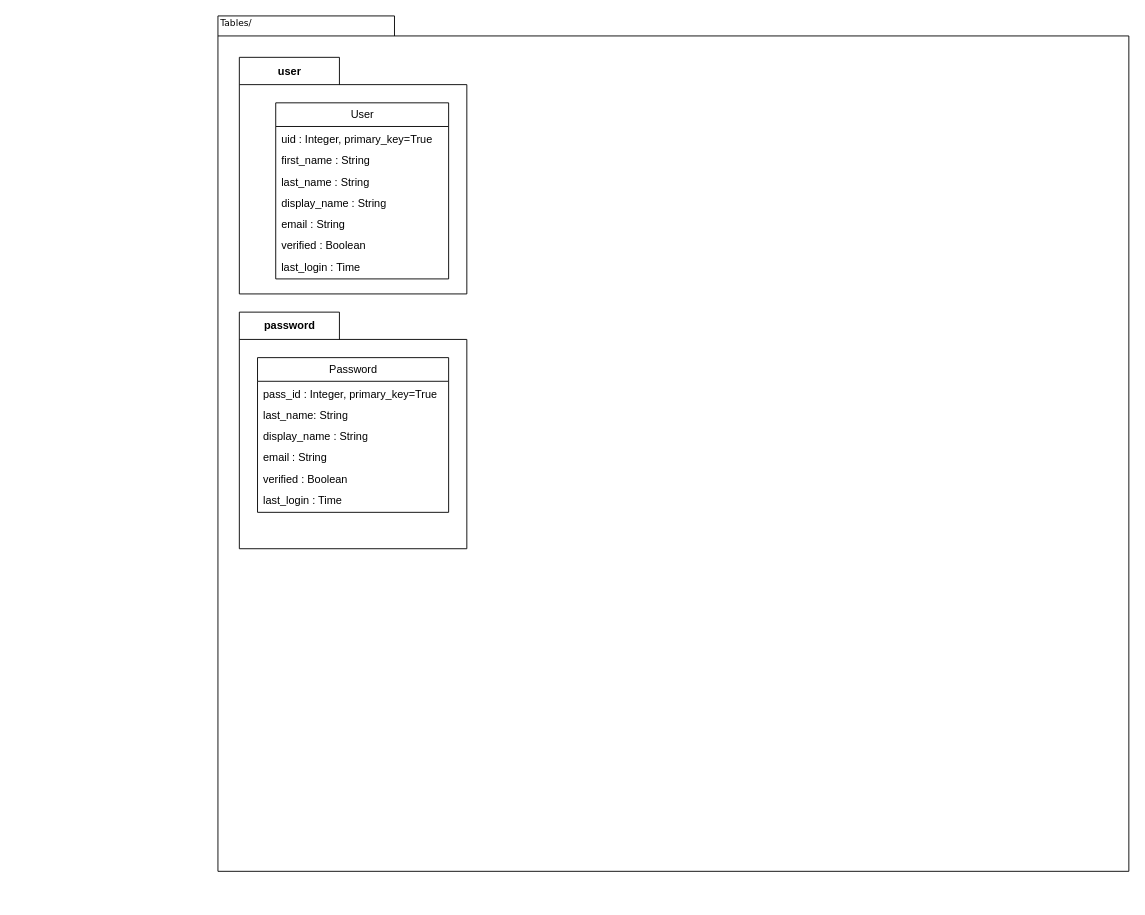
The draw.io diagram .diagrams/.be/tables-folder.drawio in Bilgecrank/hindsite, before the edit. Source tidied: cells renumbered, new cells numbered last; positions are measured from the earlier drawing's top-left corner, leaving out a move shared by most shapes. Both pictures are drawn from the tidied source at 91%, with x=0, y=0 at pixel (217, 15).
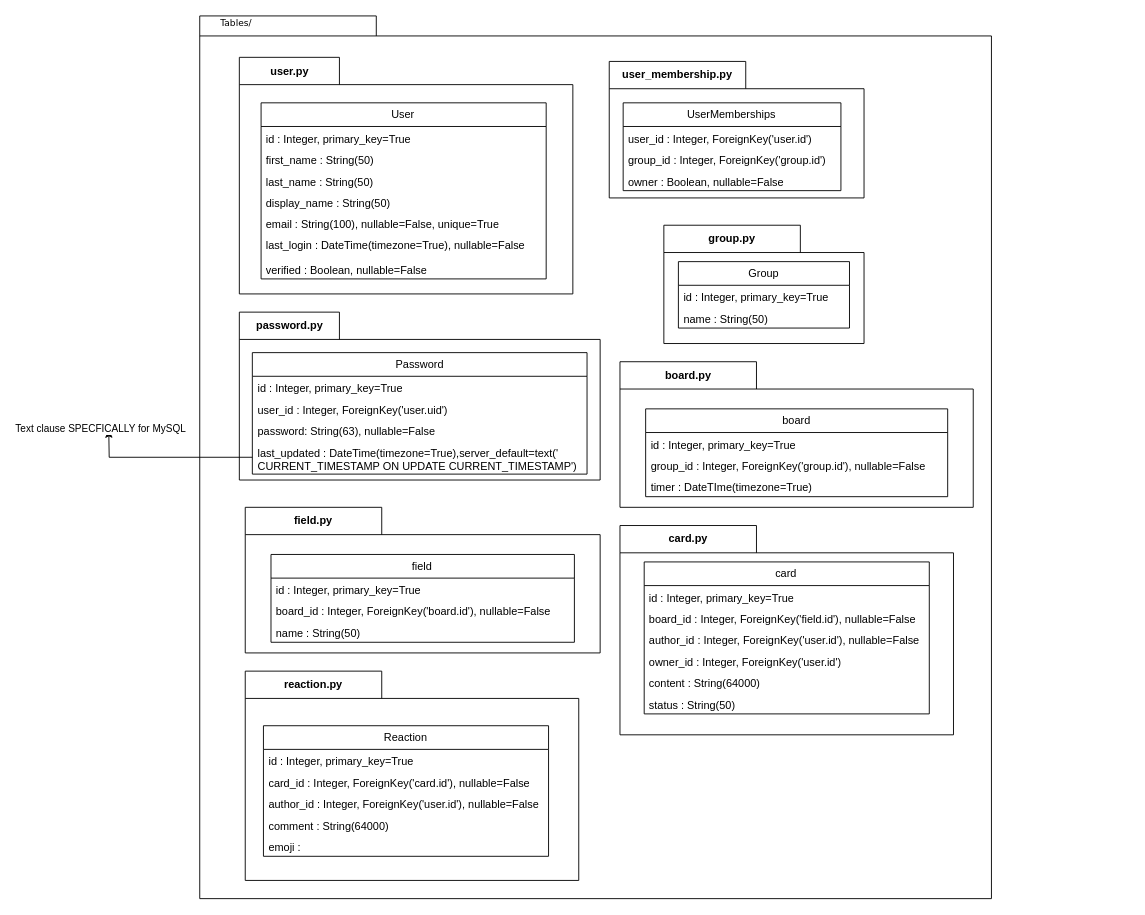
The same page after the edit.

What changed in the source:
```diff
@@
     <mxCell id="2" style="shape=folder;fontStyle=1;spacingTop=10;tabWidth=194;tabHeight=22;tabPosition=left;html=1;rounded=0;shadow=0;comic=0;labelBackgroundColor=none;strokeWidth=1;fillColor=none;fontFamily=Verdana;fontSize=10;align=center;" parent="1" vertex="1">
-      <mxGeometry width="1001" height="940" as="geometry" />
+      <mxGeometry x="-20" width="870" height="970" as="geometry" />
     </mxCell>
@@
-    <mxCell id="4" value="user" style="shape=folder;fontStyle=1;tabWidth=110;tabHeight=30;tabPosition=left;html=1;boundedLbl=1;labelInHeader=1;whiteSpace=wrap;" parent="1" vertex="1">
-      <mxGeometry x="23.5" y="45.5" width="250" height="260" as="geometry" />
+    <mxCell id="4" value="user.py" style="shape=folder;fontStyle=1;tabWidth=110;tabHeight=30;tabPosition=left;html=1;boundedLbl=1;labelInHeader=1;whiteSpace=wrap;" parent="1" vertex="1">
+      <mxGeometry x="23.5" y="45.5" width="366.5" height="260" as="geometry" />
     </mxCell>
     <mxCell id="5" style="html=1;strokeColor=none;fillColor=none;whiteSpace=wrap;" parent="4" vertex="1">
-      <mxGeometry width="250" height="143" relative="1" as="geometry">
+      <mxGeometry width="366.5" height="143" relative="1" as="geometry">
         <mxPoint y="30" as="offset" />
       </mxGeometry>
     </mxCell>
     <mxCell id="6" value="User" style="swimlane;fontStyle=0;horizontal=1;startSize=26;fillColor=none;whiteSpace=wrap;html=1;" parent="4" vertex="1">
-      <mxGeometry x="40" y="50" width="190" height="193.5" as="geometry" />
+      <mxGeometry x="23.9" y="50" width="313.3" height="193.5" as="geometry" />
     </mxCell>
-    <mxCell id="7" value="uid : Integer, primary_key=True" style="text;strokeColor=none;fillColor=none;align=left;verticalAlign=top;spacingLeft=4;spacingRight=4;overflow=hidden;whiteSpace=wrap;html=1;" parent="6" vertex="1">
-      <mxGeometry y="26" width="190" height="23.5" as="geometry" />
+    <mxCell id="7" value="id : Integer, primary_key=True" style="text;strokeColor=none;fillColor=none;align=left;verticalAlign=top;spacingLeft=4;spacingRight=4;overflow=hidden;whiteSpace=wrap;html=1;" parent="6" vertex="1">
+      <mxGeometry y="26" width="313.3" height="23.5" as="geometry" />
     </mxCell>
-    <mxCell id="8" value="first_name : String" style="text;strokeColor=none;fillColor=none;align=left;verticalAlign=top;spacingLeft=4;spacingRight=4;overflow=hidden;whiteSpace=wrap;html=1;" parent="6" vertex="1">
-      <mxGeometry y="49.5" width="190" height="23.5" as="geometry" />
+    <mxCell id="8" value="first_name : String(50)" style="text;strokeColor=none;fillColor=none;align=left;verticalAlign=top;spacingLeft=4;spacingRight=4;overflow=hidden;whiteSpace=wrap;html=1;" parent="6" vertex="1">
+      <mxGeometry y="49.5" width="313.3" height="23.5" as="geometry" />
     </mxCell>
-    <mxCell id="9" value="last_name : String" style="text;strokeColor=none;fillColor=none;align=left;verticalAlign=top;spacingLeft=4;spacingRight=4;overflow=hidden;whiteSpace=wrap;html=1;" parent="6" vertex="1">
-      <mxGeometry y="73" width="190" height="23.5" as="geometry" />
+    <mxCell id="9" value="last_name : String(50)" style="text;strokeColor=none;fillColor=none;align=left;verticalAlign=top;spacingLeft=4;spacingRight=4;overflow=hidden;whiteSpace=wrap;html=1;" parent="6" vertex="1">
+      <mxGeometry y="73" width="313.3" height="23.5" as="geometry" />
     </mxCell>
-    <mxCell id="10" value="display_name : String" style="text;strokeColor=none;fillColor=none;align=left;verticalAlign=top;spacingLeft=4;spacingRight=4;overflow=hidden;whiteSpace=wrap;html=1;" parent="6" vertex="1">
-      <mxGeometry y="96.5" width="190" height="23.5" as="geometry" />
+    <mxCell id="10" value="display_name : String(50)" style="text;strokeColor=none;fillColor=none;align=left;verticalAlign=top;spacingLeft=4;spacingRight=4;overflow=hidden;whiteSpace=wrap;html=1;" parent="6" vertex="1">
+      <mxGeometry y="96.5" width="313.3" height="23.5" as="geometry" />
     </mxCell>
-    <mxCell id="11" value="email : String" style="text;strokeColor=none;fillColor=none;align=left;verticalAlign=top;spacingLeft=4;spacingRight=4;overflow=hidden;whiteSpace=wrap;html=1;" parent="6" vertex="1">
-      <mxGeometry y="120" width="190" height="23.5" as="geometry" />
-    </mxCell>
-    <mxCell id="12" value="verified : Boolean" style="text;strokeColor=none;fillColor=none;align=left;verticalAlign=top;spacingLeft=4;spacingRight=4;overflow=hidden;whiteSpace=wrap;html=1;" parent="6" vertex="1">
-      <mxGeometry y="143.5" width="190" height="23.5" as="geometry" />
-    </mxCell>
-    <mxCell id="13" value="last_login : Time" style="text;strokeColor=none;fillColor=none;align=left;verticalAlign=top;spacingLeft=4;spacingRight=4;overflow=hidden;whiteSpace=wrap;html=1;" parent="6" vertex="1">
-      <mxGeometry y="167" width="190" height="26.5" as="geometry" />
-    </mxCell>
-    <mxCell id="14" style="edgeStyle=orthogonalEdgeStyle;rounded=0;orthogonalLoop=1;jettySize=auto;html=1;exitX=0.5;exitY=1;exitDx=0;exitDy=0;exitPerimeter=0;" parent="1" edge="1" source="4" target="4">
-      <mxGeometry relative="1" as="geometry" />
-    </mxCell>
+    <mxCell id="24" value="email : String(100), nullable=False, unique=True" style="text;strokeColor=none;fillColor=none;align=left;verticalAlign=top;spacingLeft=4;spacingRight=4;overflow=hidden;whiteSpace=wrap;html=1;" parent="6" vertex="1">
+      <mxGeometry y="120" width="313.3" height="23.5" as="geometry" />
+    </mxCell>
+    <mxCell id="25" value="last_login : DateTime(timezone=True), nullable=False" style="text;strokeColor=none;fillColor=none;align=left;verticalAlign=top;spacingLeft=4;spacingRight=4;overflow=hidden;whiteSpace=wrap;html=1;" parent="6" vertex="1">
+      <mxGeometry y="143.5" width="313.3" height="26.5" as="geometry" />
+    </mxCell>
+    <mxCell id="26" value="verified : Boolean, nullable=False" style="text;strokeColor=none;fillColor=none;align=left;verticalAlign=top;spacingLeft=4;spacingRight=4;overflow=hidden;whiteSpace=wrap;html=1;" parent="6" vertex="1">
+      <mxGeometry y="170" width="313.3" height="23.5" as="geometry" />
+    </mxCell>
-    <mxCell id="15" value="password" style="shape=folder;fontStyle=1;tabWidth=110;tabHeight=30;tabPosition=left;html=1;boundedLbl=1;labelInHeader=1;whiteSpace=wrap;" parent="1" vertex="1">
-      <mxGeometry x="23.5" y="325.5" width="250" height="260" as="geometry" />
+    <mxCell id="15" value="password.py" style="shape=folder;fontStyle=1;tabWidth=110;tabHeight=30;tabPosition=left;html=1;boundedLbl=1;labelInHeader=1;whiteSpace=wrap;" parent="1" vertex="1">
+      <mxGeometry x="23.5" y="325.5" width="396.5" height="184.5" as="geometry" />
     </mxCell>
     <mxCell id="16" style="html=1;strokeColor=none;fillColor=none;whiteSpace=wrap;" parent="15" vertex="1">
-      <mxGeometry width="250" height="143" relative="1" as="geometry">
+      <mxGeometry width="396.5" height="98.6" relative="1" as="geometry">
         <mxPoint y="30" as="offset" />
       </mxGeometry>
     </mxCell>
     <mxCell id="17" value="Password" style="swimlane;fontStyle=0;horizontal=1;startSize=26;fillColor=none;whiteSpace=wrap;html=1;" parent="15" vertex="1">
-      <mxGeometry x="20" y="50" width="210" height="170" as="geometry" />
+      <mxGeometry x="14.3" y="44.5" width="367.8" height="133.5" as="geometry" />
     </mxCell>
-    <mxCell id="18" value="pass_id : Integer, primary_key=True" style="text;strokeColor=none;fillColor=none;align=left;verticalAlign=top;spacingLeft=4;spacingRight=4;overflow=hidden;whiteSpace=wrap;html=1;" parent="17" vertex="1">
-      <mxGeometry y="26" width="210" height="23.5" as="geometry" />
+    <mxCell id="18" value="id : Integer, primary_key=True" style="text;strokeColor=none;fillColor=none;align=left;verticalAlign=top;spacingLeft=4;spacingRight=4;overflow=hidden;whiteSpace=wrap;html=1;" parent="17" vertex="1">
+      <mxGeometry y="26" width="367.8" height="23.5" as="geometry" />
     </mxCell>
+    <mxCell id="27" value="user_id : Integer,&amp;nbsp;ForeignKey('user.uid')" style="text;strokeColor=none;fillColor=none;align=left;verticalAlign=top;spacingLeft=4;spacingRight=4;overflow=hidden;whiteSpace=wrap;html=1;" parent="17" vertex="1">
+      <mxGeometry y="49.5" width="367.8" height="23.5" as="geometry" />
+    </mxCell>
-    <mxCell id="19" value="last_name: String" style="text;strokeColor=none;fillColor=none;align=left;verticalAlign=top;spacingLeft=4;spacingRight=4;overflow=hidden;whiteSpace=wrap;html=1;" parent="17" vertex="1">
-      <mxGeometry y="49.5" width="210" height="23.5" as="geometry" />
+    <mxCell id="19" value="password: String(63), nullable=False" style="text;strokeColor=none;fillColor=none;align=left;verticalAlign=top;spacingLeft=4;spacingRight=4;overflow=hidden;whiteSpace=wrap;html=1;" parent="17" vertex="1">
+      <mxGeometry y="73" width="367.8" height="23.5" as="geometry" />
     </mxCell>
+    <mxCell id="28" style="edgeStyle=orthogonalEdgeStyle;rounded=0;jettySize=auto;html=1;exitX=0;exitY=0.5;exitDx=0;exitDy=0;" parent="17" edge="1" source="20">
+      <mxGeometry relative="1" as="geometry">
+        <mxPoint x="-157.8" y="85" as="targetPoint" />
+      </mxGeometry>
+    </mxCell>
+    <mxCell id="29" value="Text clause SPECFICALLY for MySQL" style="edgeLabel;html=1;align=center;verticalAlign=middle;" parent="28" vertex="1">
+      <mxGeometry x="1" y="6" relative="1" as="geometry">
+        <mxPoint x="-4" y="-2" as="offset" />
+      </mxGeometry>
+    </mxCell>
-    <mxCell id="20" value="display_name : String" style="text;strokeColor=none;fillColor=none;align=left;verticalAlign=top;spacingLeft=4;spacingRight=4;overflow=hidden;points=[[0,0.5],[1,0.5]];portConstraint=eastwest;whiteSpace=wrap;html=1;" parent="17" vertex="1">
-      <mxGeometry y="73" width="210" height="23.5" as="geometry" />
+    <mxCell id="20" value="last_updated : DateTime(timezone=True),server_default=text('&lt;br&gt;CURRENT_TIMESTAMP ON UPDATE CURRENT_TIMESTAMP')" style="text;strokeColor=none;fillColor=none;align=left;verticalAlign=top;spacingLeft=4;spacingRight=4;overflow=hidden;points=[[0,0.5],[1,0.5]];portConstraint=eastwest;whiteSpace=wrap;html=1;" parent="17" vertex="1">
+      <mxGeometry y="96.5" width="367.8" height="37" as="geometry" />
     </mxCell>
-    <mxCell id="21" value="email : String" style="text;strokeColor=none;fillColor=none;align=left;verticalAlign=top;spacingLeft=4;spacingRight=4;overflow=hidden;whiteSpace=wrap;html=1;" parent="17" vertex="1">
-      <mxGeometry y="96.5" width="210" height="23.5" as="geometry" />
-    </mxCell>
-    <mxCell id="22" value="verified : Boolean" style="text;strokeColor=none;fillColor=none;align=left;verticalAlign=top;spacingLeft=4;spacingRight=4;overflow=hidden;whiteSpace=wrap;html=1;" parent="17" vertex="1">
-      <mxGeometry y="120" width="210" height="23.5" as="geometry" />
-    </mxCell>
-    <mxCell id="23" value="last_login : Time" style="text;strokeColor=none;fillColor=none;align=left;verticalAlign=top;spacingLeft=4;spacingRight=4;overflow=hidden;whiteSpace=wrap;html=1;" parent="17" vertex="1">
-      <mxGeometry y="143.5" width="210" height="26.5" as="geometry" />
-    </mxCell>
+    <mxCell id="30" value="user_membership.py" style="shape=folder;fontStyle=1;tabWidth=150;tabHeight=30;tabPosition=left;html=1;boundedLbl=1;labelInHeader=1;whiteSpace=wrap;" parent="1" vertex="1">
+      <mxGeometry x="430" y="50" width="280" height="150" as="geometry" />
+    </mxCell>
+    <mxCell id="31" style="html=1;strokeColor=none;fillColor=none;whiteSpace=wrap;" parent="30" vertex="1">
+      <mxGeometry width="280" height="82.5" relative="1" as="geometry">
+        <mxPoint y="30" as="offset" />
+      </mxGeometry>
+    </mxCell>
+    <mxCell id="32" value="UserMemberships" style="swimlane;fontStyle=0;horizontal=1;startSize=26;fillColor=none;whiteSpace=wrap;html=1;" parent="30" vertex="1">
+      <mxGeometry x="15.3" y="45.5" width="239.3" height="96.5" as="geometry" />
+    </mxCell>
+    <mxCell id="33" value="user_id : Integer, ForeignKey('user.id')" style="text;strokeColor=none;fillColor=none;align=left;verticalAlign=top;spacingLeft=4;spacingRight=4;overflow=hidden;whiteSpace=wrap;html=1;" parent="32" vertex="1">
+      <mxGeometry y="26" width="239.3" height="23.5" as="geometry" />
+    </mxCell>
+    <mxCell id="34" value="group_id : Integer, ForeignKey('group.id')" style="text;strokeColor=none;fillColor=none;align=left;verticalAlign=top;spacingLeft=4;spacingRight=4;overflow=hidden;whiteSpace=wrap;html=1;" parent="32" vertex="1">
+      <mxGeometry y="49.5" width="239.3" height="23.5" as="geometry" />
+    </mxCell>
+    <mxCell id="35" value="owner : Boolean, nullable=False" style="text;strokeColor=none;fillColor=none;align=left;verticalAlign=top;spacingLeft=4;spacingRight=4;overflow=hidden;whiteSpace=wrap;html=1;" parent="32" vertex="1">
+      <mxGeometry y="73" width="239.3" height="23.5" as="geometry" />
+    </mxCell>
+    <mxCell id="36" value="group.py" style="shape=folder;fontStyle=1;tabWidth=150;tabHeight=30;tabPosition=left;html=1;boundedLbl=1;labelInHeader=1;whiteSpace=wrap;" parent="1" vertex="1">
+      <mxGeometry x="490" y="230" width="220" height="130" as="geometry" />
+    </mxCell>
+    <mxCell id="37" style="html=1;strokeColor=none;fillColor=none;whiteSpace=wrap;" parent="36" vertex="1">
+      <mxGeometry width="220" height="71.5" relative="1" as="geometry">
+        <mxPoint y="30" as="offset" />
+      </mxGeometry>
+    </mxCell>
+    <mxCell id="38" value="Group" style="swimlane;fontStyle=0;horizontal=1;startSize=26;fillColor=none;whiteSpace=wrap;html=1;" parent="36" vertex="1">
+      <mxGeometry x="16" y="40" width="188" height="73" as="geometry" />
+    </mxCell>
+    <mxCell id="39" value="id : Integer, primary_key=True" style="text;strokeColor=none;fillColor=none;align=left;verticalAlign=top;spacingLeft=4;spacingRight=4;overflow=hidden;whiteSpace=wrap;html=1;" parent="38" vertex="1">
+      <mxGeometry y="26" width="188" height="23.5" as="geometry" />
+    </mxCell>
+    <mxCell id="40" value="name : String(50)" style="text;strokeColor=none;fillColor=none;align=left;verticalAlign=top;spacingLeft=4;spacingRight=4;overflow=hidden;whiteSpace=wrap;html=1;" parent="38" vertex="1">
+      <mxGeometry y="49.5" width="188" height="23.5" as="geometry" />
+    </mxCell>
+    <mxCell id="41" value="board.py" style="shape=folder;fontStyle=1;tabWidth=150;tabHeight=30;tabPosition=left;html=1;boundedLbl=1;labelInHeader=1;whiteSpace=wrap;" parent="1" vertex="1">
+      <mxGeometry x="441.8" y="380" width="388.2" height="160" as="geometry" />
+    </mxCell>
+    <mxCell id="42" style="html=1;strokeColor=none;fillColor=none;whiteSpace=wrap;" parent="41" vertex="1">
+      <mxGeometry width="388.25" height="88" relative="1" as="geometry">
+        <mxPoint y="30" as="offset" />
+      </mxGeometry>
+    </mxCell>
+    <mxCell id="43" value="board" style="swimlane;fontStyle=0;horizontal=1;startSize=26;fillColor=none;whiteSpace=wrap;html=1;" parent="41" vertex="1">
+      <mxGeometry x="28.2" y="51.8" width="331.9" height="96.5" as="geometry" />
+    </mxCell>
+    <mxCell id="44" value="id : Integer, primary_key=True" style="text;strokeColor=none;fillColor=none;align=left;verticalAlign=top;spacingLeft=4;spacingRight=4;overflow=hidden;whiteSpace=wrap;html=1;" parent="43" vertex="1">
+      <mxGeometry y="26" width="331.9" height="23.5" as="geometry" />
+    </mxCell>
+    <mxCell id="45" value="group_id : Integer, ForeignKey('group.id'), nullable=False" style="text;strokeColor=none;fillColor=none;align=left;verticalAlign=top;spacingLeft=4;spacingRight=4;overflow=hidden;whiteSpace=wrap;html=1;" parent="43" vertex="1">
+      <mxGeometry y="49.5" width="331.9" height="23.5" as="geometry" />
+    </mxCell>
+    <mxCell id="46" value="timer : DateTIme(timezone=True)" style="text;strokeColor=none;fillColor=none;align=left;verticalAlign=top;spacingLeft=4;spacingRight=4;overflow=hidden;whiteSpace=wrap;html=1;" parent="43" vertex="1">
+      <mxGeometry y="73" width="331.9" height="23.5" as="geometry" />
+    </mxCell>
+    <mxCell id="47" value="field.py" style="shape=folder;fontStyle=1;tabWidth=150;tabHeight=30;tabPosition=left;html=1;boundedLbl=1;labelInHeader=1;whiteSpace=wrap;" parent="1" vertex="1">
+      <mxGeometry x="30" y="540" width="390" height="160" as="geometry" />
+    </mxCell>
+    <mxCell id="48" style="html=1;strokeColor=none;fillColor=none;whiteSpace=wrap;" parent="47" vertex="1">
+      <mxGeometry width="390" height="88" relative="1" as="geometry">
+        <mxPoint y="30" as="offset" />
+      </mxGeometry>
+    </mxCell>
+    <mxCell id="49" value="field" style="swimlane;fontStyle=0;horizontal=1;startSize=26;fillColor=none;whiteSpace=wrap;html=1;" parent="47" vertex="1">
+      <mxGeometry x="28.3" y="51.8" width="333.4" height="96.5" as="geometry" />
+    </mxCell>
+    <mxCell id="50" value="id : Integer, primary_key=True" style="text;strokeColor=none;fillColor=none;align=left;verticalAlign=top;spacingLeft=4;spacingRight=4;overflow=hidden;whiteSpace=wrap;html=1;" parent="49" vertex="1">
+      <mxGeometry y="26" width="333.4" height="23.5" as="geometry" />
+    </mxCell>
+    <mxCell id="51" value="board_id : Integer, ForeignKey('board.id'), nullable=False" style="text;strokeColor=none;fillColor=none;align=left;verticalAlign=top;spacingLeft=4;spacingRight=4;overflow=hidden;whiteSpace=wrap;html=1;" parent="49" vertex="1">
+      <mxGeometry y="49.5" width="333.4" height="23.5" as="geometry" />
+    </mxCell>
+    <mxCell id="52" value="name : String(50)" style="text;strokeColor=none;fillColor=none;align=left;verticalAlign=top;spacingLeft=4;spacingRight=4;overflow=hidden;whiteSpace=wrap;html=1;" parent="49" vertex="1">
+      <mxGeometry y="73" width="333.4" height="23.5" as="geometry" />
+    </mxCell>
+    <mxCell id="53" value="card.py" style="shape=folder;fontStyle=1;tabWidth=150;tabHeight=30;tabPosition=left;html=1;boundedLbl=1;labelInHeader=1;whiteSpace=wrap;" parent="1" vertex="1">
+      <mxGeometry x="441.8" y="560" width="366.5" height="230" as="geometry" />
+    </mxCell>
+    <mxCell id="54" style="html=1;strokeColor=none;fillColor=none;whiteSpace=wrap;" parent="53" vertex="1">
+      <mxGeometry width="366.5" height="126.5" relative="1" as="geometry">
+        <mxPoint y="30" as="offset" />
+      </mxGeometry>
+    </mxCell>
+    <mxCell id="55" value="card" style="swimlane;fontStyle=0;horizontal=1;startSize=26;fillColor=none;whiteSpace=wrap;html=1;" parent="53" vertex="1">
+      <mxGeometry x="26.6" y="40" width="313.3" height="167" as="geometry" />
+    </mxCell>
+    <mxCell id="56" value="id : Integer, primary_key=True" style="text;strokeColor=none;fillColor=none;align=left;verticalAlign=top;spacingLeft=4;spacingRight=4;overflow=hidden;whiteSpace=wrap;html=1;" parent="55" vertex="1">
+      <mxGeometry y="26" width="313.3" height="23.5" as="geometry" />
+    </mxCell>
+    <mxCell id="57" value="board_id : Integer, ForeignKey('field.id'), nullable=False" style="text;strokeColor=none;fillColor=none;align=left;verticalAlign=top;spacingLeft=4;spacingRight=4;overflow=hidden;whiteSpace=wrap;html=1;" parent="55" vertex="1">
+      <mxGeometry y="49.5" width="313.3" height="23.5" as="geometry" />
+    </mxCell>
+    <mxCell id="58" value="author_id : Integer, ForeignKey('user.id'), nullable=False" style="text;strokeColor=none;fillColor=none;align=left;verticalAlign=top;spacingLeft=4;spacingRight=4;overflow=hidden;whiteSpace=wrap;html=1;" parent="55" vertex="1">
+      <mxGeometry y="73" width="313.3" height="23.5" as="geometry" />
+    </mxCell>
+    <mxCell id="59" value="owner_id : Integer, ForeignKey('user.id')" style="text;strokeColor=none;fillColor=none;align=left;verticalAlign=top;spacingLeft=4;spacingRight=4;overflow=hidden;whiteSpace=wrap;html=1;" parent="55" vertex="1">
+      <mxGeometry y="96.5" width="313.3" height="23.5" as="geometry" />
+    </mxCell>
+    <mxCell id="60" value="content : String(64000)" style="text;strokeColor=none;fillColor=none;align=left;verticalAlign=top;spacingLeft=4;spacingRight=4;overflow=hidden;whiteSpace=wrap;html=1;" parent="55" vertex="1">
+      <mxGeometry y="120" width="313.3" height="23.5" as="geometry" />
+    </mxCell>
+    <mxCell id="61" value="status : String(50)" style="text;strokeColor=none;fillColor=none;align=left;verticalAlign=top;spacingLeft=4;spacingRight=4;overflow=hidden;whiteSpace=wrap;html=1;" parent="55" vertex="1">
+      <mxGeometry y="143.5" width="313.3" height="23.5" as="geometry" />
+    </mxCell>
+    <mxCell id="62" value="reaction.py" style="shape=folder;fontStyle=1;tabWidth=150;tabHeight=30;tabPosition=left;html=1;boundedLbl=1;labelInHeader=1;whiteSpace=wrap;" parent="1" vertex="1">
+      <mxGeometry x="30" y="720" width="366.5" height="230" as="geometry" />
+    </mxCell>
+    <mxCell id="63" style="html=1;strokeColor=none;fillColor=none;whiteSpace=wrap;" parent="62" vertex="1">
+      <mxGeometry width="366.5" height="126.5" relative="1" as="geometry">
+        <mxPoint y="30" as="offset" />
+      </mxGeometry>
+    </mxCell>
+    <mxCell id="64" value="Reaction" style="swimlane;fontStyle=0;horizontal=1;startSize=26;fillColor=none;whiteSpace=wrap;html=1;" parent="62" vertex="1">
+      <mxGeometry x="20" y="60" width="313.3" height="143.5" as="geometry" />
+    </mxCell>
+    <mxCell id="65" value="id : Integer, primary_key=True" style="text;strokeColor=none;fillColor=none;align=left;verticalAlign=top;spacingLeft=4;spacingRight=4;overflow=hidden;whiteSpace=wrap;html=1;" parent="64" vertex="1">
+      <mxGeometry y="26" width="313.3" height="23.5" as="geometry" />
+    </mxCell>
+    <mxCell id="66" value="card_id : Integer, ForeignKey('card.id'), nullable=False" style="text;strokeColor=none;fillColor=none;align=left;verticalAlign=top;spacingLeft=4;spacingRight=4;overflow=hidden;whiteSpace=wrap;html=1;" parent="64" vertex="1">
+      <mxGeometry y="49.5" width="313.3" height="23.5" as="geometry" />
+    </mxCell>
+    <mxCell id="67" value="author_id : Integer, ForeignKey('user.id'), nullable=False" style="text;strokeColor=none;fillColor=none;align=left;verticalAlign=top;spacingLeft=4;spacingRight=4;overflow=hidden;whiteSpace=wrap;html=1;" parent="64" vertex="1">
+      <mxGeometry y="73" width="313.3" height="23.5" as="geometry" />
+    </mxCell>
+    <mxCell id="68" value="comment : String(64000)" style="text;strokeColor=none;fillColor=none;align=left;verticalAlign=top;spacingLeft=4;spacingRight=4;overflow=hidden;whiteSpace=wrap;html=1;" parent="64" vertex="1">
+      <mxGeometry y="96.5" width="313.3" height="23.5" as="geometry" />
+    </mxCell>
+    <mxCell id="69" value="emoji :&amp;nbsp;" style="text;strokeColor=none;fillColor=none;align=left;verticalAlign=top;spacingLeft=4;spacingRight=4;overflow=hidden;whiteSpace=wrap;html=1;" parent="64" vertex="1">
+      <mxGeometry y="120" width="313.3" height="23.5" as="geometry" />
+    </mxCell>
```
